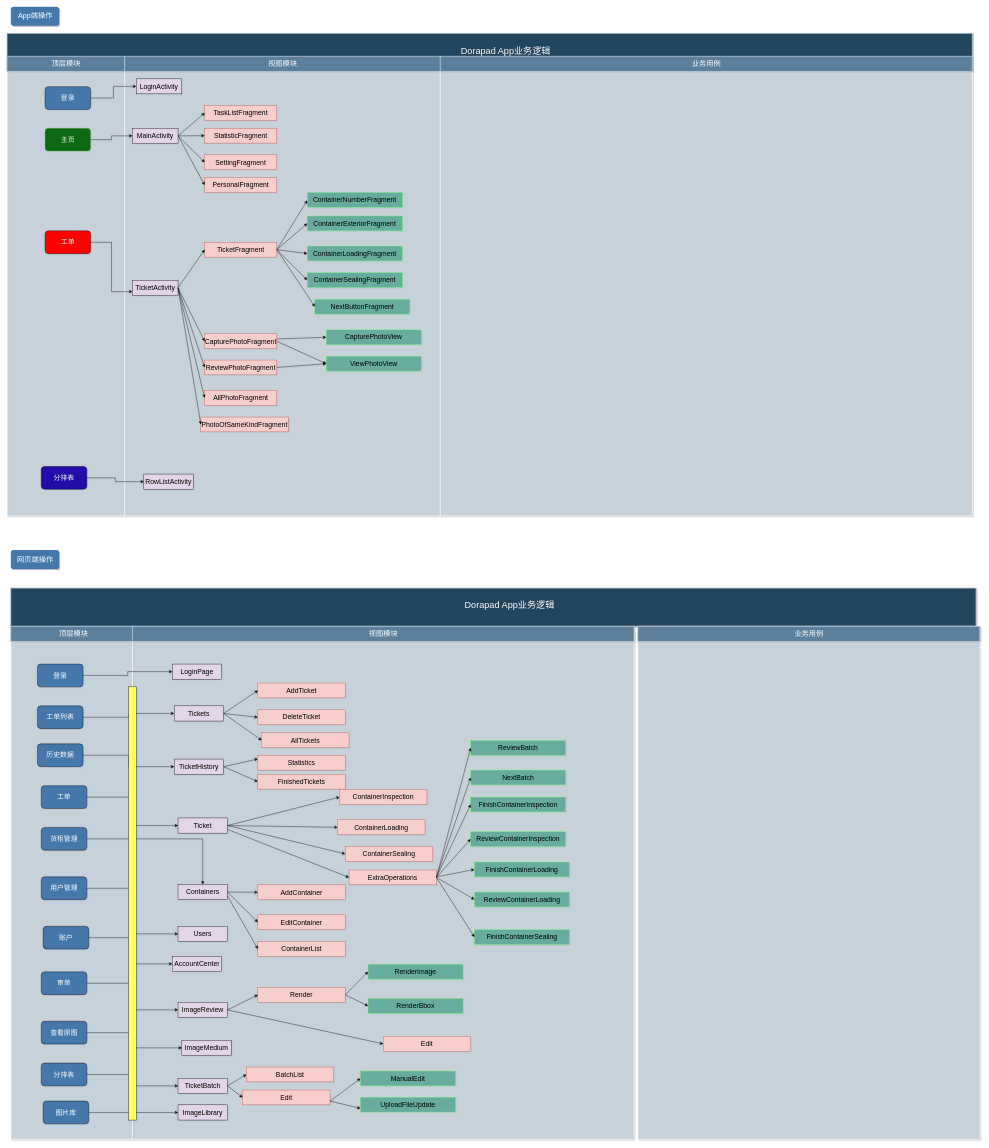
This is 业务流程图终版前端.drawio from Daniel-Kao/blog, a draw.io file, before an edit. Source tidied: cells renumbered, new cells numbered last; positions are measured from the earlier drawing's top-left corner, leaving out a move shared by most shapes. Both pictures are drawn from the tidied source at 38%, with x=0, y=0 at pixel (7, 6).
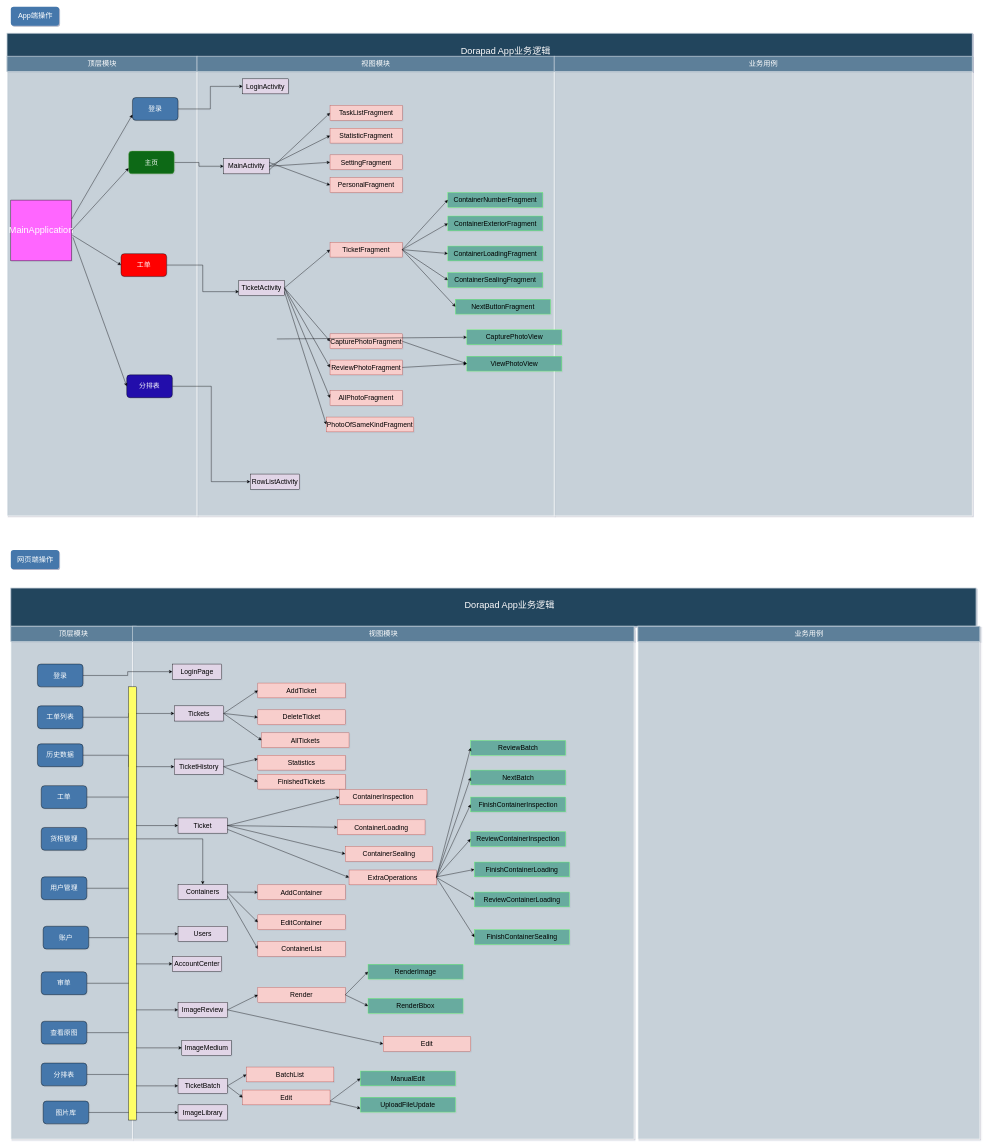
After the change.

Commit message (it also covers changes not shown here):
业务流程图终版前端.drawio

Change to the diagram source:
```diff
@@
     <mxCell id="3" style="strokeColor=#FFFFFF;fillColor=#BAC8D3;fontSize=18;strokeWidth=2;fontFamily=Helvetica;html=1;opacity=60;" parent="1" vertex="1">
-      <mxGeometry y="170.5" width="310" height="1169.5" as="geometry" />
+      <mxGeometry y="170.5" width="500" height="1169.5" as="geometry" />
     </mxCell>
     <mxCell id="4" style="strokeColor=#FFFFFF;fillColor=#BAC8D3;fontSize=18;strokeWidth=2;fontFamily=Helvetica;html=1;opacity=60;" parent="1" vertex="1">
-      <mxGeometry x="310" y="160" width="830" height="1180" as="geometry" />
+      <mxGeometry x="500" y="160" width="940" height="1180" as="geometry" />
     </mxCell>
     <mxCell id="5" style="strokeColor=#FFFFFF;fillColor=#BAC8D3;fontSize=18;strokeWidth=2;fontFamily=Helvetica;html=1;opacity=60;" parent="1" vertex="1">
-      <mxGeometry x="1140" y="170.5" width="1400" height="1169.5" as="geometry" />
+      <mxGeometry x="1440" y="170.5" width="1100" height="1169.5" as="geometry" />
     </mxCell>
     <mxCell id="6" style="group;" parent="1" vertex="1">
-      <mxGeometry y="130.5" width="1140" height="40" as="geometry" />
+      <mxGeometry y="130.5" width="1440" height="40" as="geometry" />
     </mxCell>
     <mxCell id="7" value="顶层模块" style="strokeColor=#BAC8D3;fillColor=#5d7f99;fontSize=19;strokeWidth=2;fontFamily=Helvetica;html=1;labelBackgroundColor=none;fontColor=#FFFFFF;" parent="6" vertex="1">
-      <mxGeometry width="310" height="40" as="geometry" />
+      <mxGeometry width="500" height="40" as="geometry" />
     </mxCell>
     <mxCell id="8" value="视图模块" style="strokeColor=#BAC8D3;fillColor=#5d7f99;fontSize=19;strokeWidth=2;fontFamily=Helvetica;html=1;labelBackgroundColor=none;fontColor=#FFFFFF;" parent="6" vertex="1">
-      <mxGeometry x="310" width="830" height="40" as="geometry" />
+      <mxGeometry x="500" width="940" height="40" as="geometry" />
     </mxCell>
     <mxCell id="9" value="业务用例" style="strokeColor=#BAC8D3;fillColor=#5d7f99;fontSize=19;strokeWidth=2;fontFamily=Helvetica;html=1;labelBackgroundColor=none;fontColor=#FFFFFF;" parent="1" vertex="1">
-      <mxGeometry x="1140" y="130.5" width="1400" height="40" as="geometry" />
+      <mxGeometry x="1440" y="130.5" width="1100" height="40" as="geometry" />
     </mxCell>
@@
     <mxCell id="12" value="&lt;font style=&quot;font-size: 18px;&quot; color=&quot;#ffffff&quot;&gt;登录&lt;/font&gt;" style="rounded=1;whiteSpace=wrap;html=1;fillColor=#4477AB;" parent="1" vertex="1">
-      <mxGeometry x="100" y="210.5" width="120" height="60" as="geometry" />
+      <mxGeometry x="330" y="239.2" width="120" height="60" as="geometry" />
     </mxCell>
@@
     <mxCell id="14" value="&lt;font color=&quot;#ffffff&quot;&gt;&lt;span style=&quot;font-size: 18px;&quot;&gt;主页&lt;/span&gt;&lt;/font&gt;" style="rounded=1;whiteSpace=wrap;html=1;fillColor=#096913;strokeColor=#82b366;" parent="1" vertex="1">
-      <mxGeometry x="100" y="320" width="120" height="60" as="geometry" />
+      <mxGeometry x="320" y="380" width="120" height="60" as="geometry" />
     </mxCell>
@@
     <mxCell id="16" value="&lt;font color=&quot;#ffffff&quot;&gt;&lt;span style=&quot;font-size: 18px;&quot;&gt;分排表&lt;/span&gt;&lt;/font&gt;" style="rounded=1;whiteSpace=wrap;html=1;fillColor=#210CAB;" parent="1" vertex="1">
-      <mxGeometry x="90" y="1210" width="120" height="60" as="geometry" />
+      <mxGeometry x="315" y="969" width="120" height="60" as="geometry" />
     </mxCell>
@@
     <mxCell id="18" value="&lt;font color=&quot;#ffffff&quot;&gt;&lt;span style=&quot;font-size: 18px;&quot;&gt;工单&lt;/span&gt;&lt;/font&gt;" style="rounded=1;whiteSpace=wrap;html=1;fillColor=#FF0000;" parent="1" vertex="1">
-      <mxGeometry x="100" y="590" width="120" height="60" as="geometry" />
+      <mxGeometry x="300" y="650" width="120" height="60" as="geometry" />
     </mxCell>
     <mxCell id="19" value="&lt;font color=&quot;#000000&quot;&gt;LoginActivity&lt;/font&gt;" style="rounded=0;whiteSpace=wrap;html=1;fontSize=18;fontColor=#FFFFFF;fillColor=#E1D5E7;" parent="1" vertex="1">
-      <mxGeometry x="340" y="190" width="120" height="39.5" as="geometry" />
+      <mxGeometry x="620" y="190" width="120" height="39.5" as="geometry" />
     </mxCell>
     <mxCell id="20" value="&lt;font color=&quot;#000000&quot;&gt;MainActivity&lt;/font&gt;" style="rounded=0;whiteSpace=wrap;html=1;fontSize=18;fontColor=#FFFFFF;fillColor=#E1D5E7;" parent="1" vertex="1">
-      <mxGeometry x="330" y="320" width="120" height="40" as="geometry" />
+      <mxGeometry x="570" y="400" width="120" height="40" as="geometry" />
     </mxCell>
     <mxCell id="21" value="TaskListFragment" style="rounded=0;whiteSpace=wrap;html=1;fontSize=18;fillColor=#f8cecc;strokeColor=#b85450;" parent="1" vertex="1">
-      <mxGeometry x="520" y="260.2" width="190" height="39" as="geometry" />
+      <mxGeometry x="850" y="260.2" width="190" height="39" as="geometry" />
     </mxCell>
     <mxCell id="22" value="StatisticFragment" style="rounded=0;whiteSpace=wrap;html=1;fontSize=18;fillColor=#f8cecc;strokeColor=#b85450;" parent="1" vertex="1">
-      <mxGeometry x="520" y="320" width="190" height="39" as="geometry" />
+      <mxGeometry x="850" y="320" width="190" height="39" as="geometry" />
     </mxCell>
     <mxCell id="23" value="SettingFragment" style="rounded=0;whiteSpace=wrap;html=1;fontSize=18;fillColor=#f8cecc;strokeColor=#b85450;" parent="1" vertex="1">
-      <mxGeometry x="520" y="390" width="190" height="39" as="geometry" />
+      <mxGeometry x="850" y="390" width="190" height="39" as="geometry" />
     </mxCell>
     <mxCell id="24" value="PersonalFragment" style="rounded=0;whiteSpace=wrap;html=1;fontSize=18;fillColor=#f8cecc;strokeColor=#b85450;" parent="1" vertex="1">
-      <mxGeometry x="520" y="450" width="190" height="39" as="geometry" />
+      <mxGeometry x="850" y="450" width="190" height="39" as="geometry" />
     </mxCell>
-    <mxCell id="25" style="endArrow=classic;html=1;rounded=0;fontSize=18;fontColor=#000000;entryX=0;entryY=0.5;entryDx=0;entryDy=0;" parent="1" edge="1" target="21">
-      <mxGeometry relative="1" as="geometry">
-        <mxPoint x="450" y="340" as="sourcePoint" />
-      </mxGeometry>
+    <mxCell id="25" style="endArrow=classic;html=1;rounded=0;fontSize=18;fontColor=#000000;entryX=0;entryY=0.5;entryDx=0;entryDy=0;exitX=1;exitY=0.75;exitDx=0;exitDy=0;" parent="1" edge="1" source="20" target="21">
+      <mxGeometry relative="1" as="geometry" />
     </mxCell>
     <mxCell id="26" style="endArrow=classic;html=1;rounded=0;fontSize=18;fontColor=#000000;entryX=0;entryY=0.5;entryDx=0;entryDy=0;" parent="1" edge="1" target="22">
       <mxGeometry relative="1" as="geometry">
-        <mxPoint x="450" y="340" as="sourcePoint" />
+        <mxPoint x="690" y="420" as="sourcePoint" />
       </mxGeometry>
     </mxCell>
@@
-    <mxCell id="28" style="endArrow=classic;html=1;rounded=0;fontSize=18;fontColor=#000000;entryX=0;entryY=0.5;entryDx=0;entryDy=0;" parent="1" edge="1" target="24">
-      <mxGeometry relative="1" as="geometry">
-        <mxPoint x="450" y="340" as="sourcePoint" />
-      </mxGeometry>
+    <mxCell id="28" style="endArrow=classic;html=1;rounded=0;fontSize=18;fontColor=#000000;entryX=0;entryY=0.5;entryDx=0;entryDy=0;exitX=1;exitY=0.25;exitDx=0;exitDy=0;" parent="1" edge="1" source="20" target="24">
+      <mxGeometry relative="1" as="geometry" />
     </mxCell>
     <mxCell id="29" value="&lt;font color=&quot;#000000&quot;&gt;TicketActivity&lt;/font&gt;" style="rounded=0;whiteSpace=wrap;html=1;fontSize=18;fontColor=#FFFFFF;fillColor=#E1D5E7;" parent="1" vertex="1">
-      <mxGeometry x="330" y="720" width="120" height="40" as="geometry" />
+      <mxGeometry x="610" y="720" width="120" height="40" as="geometry" />
     </mxCell>
     <mxCell id="30" value="TicketFragment" style="rounded=0;whiteSpace=wrap;html=1;fontSize=18;fillColor=#f8cecc;strokeColor=#b85450;" parent="1" vertex="1">
-      <mxGeometry x="520" y="620" width="190" height="39" as="geometry" />
+      <mxGeometry x="850" y="620" width="190" height="39" as="geometry" />
     </mxCell>
     <mxCell id="31" value="CapturePhotoFragment" style="rounded=0;whiteSpace=wrap;html=1;fontSize=18;fillColor=#f8cecc;strokeColor=#b85450;" parent="1" vertex="1">
-      <mxGeometry x="520" y="861" width="190" height="39" as="geometry" />
+      <mxGeometry x="850" y="861" width="190" height="39" as="geometry" />
     </mxCell>
     <mxCell id="32" value="ReviewPhotoFragment" style="rounded=0;whiteSpace=wrap;html=1;fontSize=18;fillColor=#f8cecc;strokeColor=#b85450;" parent="1" vertex="1">
-      <mxGeometry x="520" y="930" width="190" height="39" as="geometry" />
+      <mxGeometry x="850" y="930" width="190" height="39" as="geometry" />
     </mxCell>
     <mxCell id="33" value="AllPhotoFragment" style="rounded=0;whiteSpace=wrap;html=1;fontSize=18;fillColor=#f8cecc;strokeColor=#b85450;" parent="1" vertex="1">
-      <mxGeometry x="520" y="1010" width="190" height="39" as="geometry" />
+      <mxGeometry x="850" y="1010" width="190" height="39" as="geometry" />
     </mxCell>
     <mxCell id="34" value="PhotoOfSameKindFragment" style="rounded=0;whiteSpace=wrap;html=1;fontSize=18;fillColor=#f8cecc;strokeColor=#b85450;" parent="1" vertex="1">
-      <mxGeometry x="510" y="1080" width="230" height="39" as="geometry" />
+      <mxGeometry x="840" y="1080" width="230" height="39" as="geometry" />
     </mxCell>
-    <mxCell id="35" style="endArrow=classic;html=1;rounded=0;fontSize=18;fontColor=#000000;entryX=0;entryY=0.5;entryDx=0;entryDy=0;" parent="1" edge="1" target="30">
-      <mxGeometry relative="1" as="geometry">
-        <mxPoint x="450" y="739.6" as="sourcePoint" />
-      </mxGeometry>
+    <mxCell id="35" style="endArrow=classic;html=1;rounded=0;fontSize=18;fontColor=#000000;entryX=0;entryY=0.5;entryDx=0;entryDy=0;exitX=1;exitY=0.5;exitDx=0;exitDy=0;" parent="1" edge="1" source="29" target="30">
+      <mxGeometry relative="1" as="geometry" />
     </mxCell>
@@
-    <mxCell id="37" style="endArrow=classic;html=1;rounded=0;fontSize=18;fontColor=#000000;entryX=0;entryY=0.5;entryDx=0;entryDy=0;" parent="1" edge="1" target="32">
-      <mxGeometry relative="1" as="geometry">
-        <mxPoint x="450" y="740" as="sourcePoint" />
-      </mxGeometry>
+    <mxCell id="37" style="endArrow=classic;html=1;rounded=0;fontSize=18;fontColor=#000000;entryX=0;entryY=0.5;entryDx=0;entryDy=0;exitX=1;exitY=0.5;exitDx=0;exitDy=0;" parent="1" edge="1" source="29" target="32">
+      <mxGeometry relative="1" as="geometry" />
     </mxCell>
@@
     <mxCell id="39" style="endArrow=classic;html=1;rounded=0;fontSize=18;fontColor=#000000;entryX=0;entryY=0.5;entryDx=0;entryDy=0;" parent="1" edge="1" target="34">
       <mxGeometry relative="1" as="geometry">
-        <mxPoint x="450" y="740" as="sourcePoint" />
+        <mxPoint x="730" y="750" as="sourcePoint" />
       </mxGeometry>
     </mxCell>
     <mxCell id="40" value="ContainerNumberFragment" style="rounded=0;whiteSpace=wrap;html=1;fontSize=18;fillColor=#67AB9F;strokeColor=#66FF66;" parent="1" vertex="1">
-      <mxGeometry x="790" y="489" width="250" height="39" as="geometry" />
+      <mxGeometry x="1160" y="489" width="250" height="39" as="geometry" />
     </mxCell>
     <mxCell id="41" value="ContainerExteriorFragment" style="rounded=0;whiteSpace=wrap;html=1;fontSize=18;fillColor=#67AB9F;strokeColor=#66FF66;" parent="1" vertex="1">
-      <mxGeometry x="790" y="551" width="250" height="39" as="geometry" />
+      <mxGeometry x="1160" y="551" width="250" height="39" as="geometry" />
     </mxCell>
     <mxCell id="42" value="ContainerLoadingFragment" style="rounded=0;whiteSpace=wrap;html=1;fontSize=18;fillColor=#67AB9F;strokeColor=#66FF66;" parent="1" vertex="1">
-      <mxGeometry x="790" y="630" width="250" height="39" as="geometry" />
+      <mxGeometry x="1160" y="630" width="250" height="39" as="geometry" />
     </mxCell>
     <mxCell id="43" value="ContainerSealingFragment" style="rounded=0;whiteSpace=wrap;html=1;fontSize=18;fillColor=#67AB9F;strokeColor=#66FF66;" parent="1" vertex="1">
-      <mxGeometry x="790" y="700" width="250" height="39" as="geometry" />
+      <mxGeometry x="1160" y="700" width="250" height="39" as="geometry" />
     </mxCell>
     <mxCell id="44" value="NextButtonFragment" style="rounded=0;whiteSpace=wrap;html=1;fontSize=18;fillColor=#67AB9F;strokeColor=#66FF66;" parent="1" vertex="1">
-      <mxGeometry x="810" y="770" width="250" height="39" as="geometry" />
+      <mxGeometry x="1180" y="770" width="250" height="39" as="geometry" />
     </mxCell>
-    <mxCell id="45" style="endArrow=classic;html=1;rounded=0;fontSize=18;fontColor=#000000;entryX=0;entryY=0.5;entryDx=0;entryDy=0;exitX=1;exitY=0.5;exitDx=0;exitDy=0;" parent="1" edge="1" source="30">
-      <mxGeometry relative="1" as="geometry">
-        <mxPoint x="790" y="510" as="targetPoint" />
-      </mxGeometry>
+    <mxCell id="45" style="endArrow=classic;html=1;rounded=0;fontSize=18;fontColor=#000000;entryX=0;entryY=0.5;entryDx=0;entryDy=0;exitX=1;exitY=0.5;exitDx=0;exitDy=0;" parent="1" edge="1" source="30" target="40">
+      <mxGeometry relative="1" as="geometry" />
     </mxCell>
@@
     <mxCell id="50" value="ViewPhotoView" style="rounded=0;whiteSpace=wrap;html=1;fontSize=18;fillColor=#67AB9F;strokeColor=#66FF66;" parent="1" vertex="1">
-      <mxGeometry x="840" y="920" width="250" height="39" as="geometry" />
+      <mxGeometry x="1210" y="920" width="250" height="39" as="geometry" />
     </mxCell>
     <mxCell id="51" value="CapturePhotoView" style="rounded=0;whiteSpace=wrap;html=1;fontSize=18;fillColor=#67AB9F;strokeColor=#66FF66;" parent="1" vertex="1">
-      <mxGeometry x="840" y="850.5" width="250" height="39" as="geometry" />
+      <mxGeometry x="1210" y="850.5" width="250" height="39" as="geometry" />
     </mxCell>
@@
     <mxCell id="55" value="&lt;font color=&quot;#000000&quot;&gt;RowListActivity&lt;/font&gt;" style="rounded=0;whiteSpace=wrap;html=1;fontSize=18;fontColor=#FFFFFF;fillColor=#E1D5E7;" parent="1" vertex="1">
-      <mxGeometry x="360" y="1230" width="130" height="40" as="geometry" />
+      <mxGeometry x="640" y="1230" width="130" height="40" as="geometry" />
     </mxCell>
@@
+    <mxCell id="153" value="&lt;font style=&quot;font-size: 24px;&quot; color=&quot;#ffffff&quot;&gt;MainApplication&lt;/font&gt;" style="whiteSpace=wrap;html=1;fillColor=#FF66FF;" parent="1" vertex="1">
+      <mxGeometry x="10" y="509" width="160" height="160" as="geometry" />
+    </mxCell>
+    <mxCell id="154" style="endArrow=classic;html=1;rounded=0;fontSize=24;fontColor=#FFFFFF;entryX=0;entryY=0.75;entryDx=0;entryDy=0;exitX=1.003;exitY=0.31;exitDx=0;exitDy=0;exitPerimeter=0;" parent="1" edge="1" source="153" target="12">
+      <mxGeometry relative="1" as="geometry" />
+    </mxCell>
+    <mxCell id="155" style="endArrow=classic;html=1;rounded=0;fontSize=24;fontColor=#FFFFFF;entryX=0;entryY=0.75;entryDx=0;entryDy=0;exitX=1;exitY=0.5;exitDx=0;exitDy=0;" parent="1" edge="1" source="153" target="14">
+      <mxGeometry relative="1" as="geometry" />
+    </mxCell>
+    <mxCell id="156" style="endArrow=classic;html=1;rounded=0;fontSize=24;fontColor=#FFFFFF;entryX=0;entryY=0.5;entryDx=0;entryDy=0;exitX=1.012;exitY=0.578;exitDx=0;exitDy=0;exitPerimeter=0;" parent="1" edge="1" source="153" target="18">
+      <mxGeometry relative="1" as="geometry" />
+    </mxCell>
+    <mxCell id="157" style="endArrow=classic;html=1;rounded=0;fontSize=24;fontColor=#FFFFFF;entryX=0;entryY=0.5;entryDx=0;entryDy=0;exitX=1.021;exitY=0.613;exitDx=0;exitDy=0;exitPerimeter=0;" parent="1" edge="1" source="153" target="16">
+      <mxGeometry relative="1" as="geometry" />
+    </mxCell>
```
